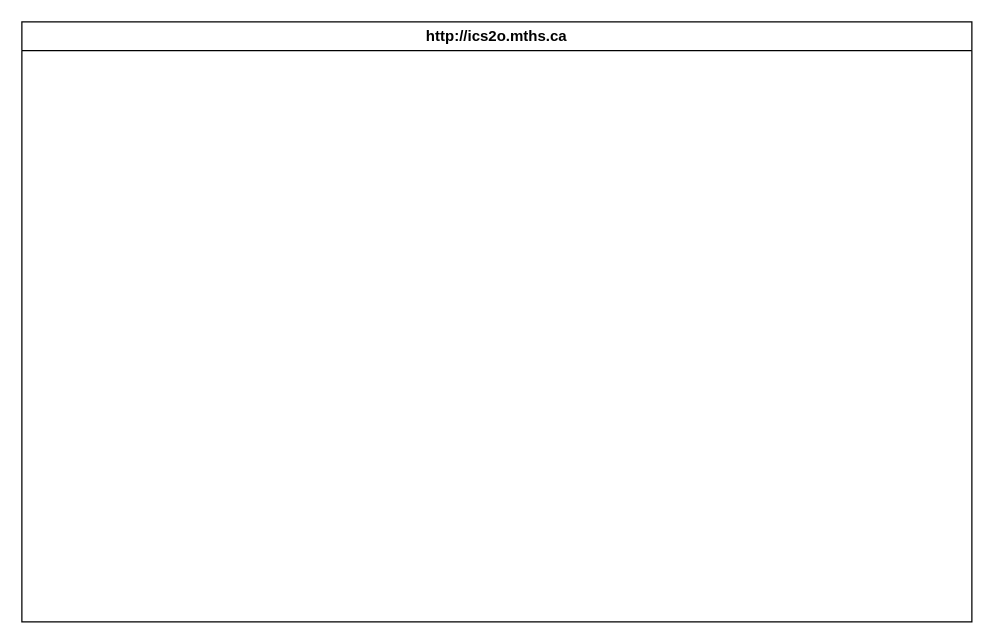
Before: design/storyboard.drawio in MTHS-ICD2O-1-2023/ICD2O-Unit-5-03-Adam-Batiuk, a draw.io diagram. Source tidied: cells renumbered, new cells numbered last; positions are measured from the earlier drawing's top-left corner, leaving out a move shared by most shapes. Both pictures are drawn from the tidied source at 125%, with x=0, y=0 at pixel (21, 21).
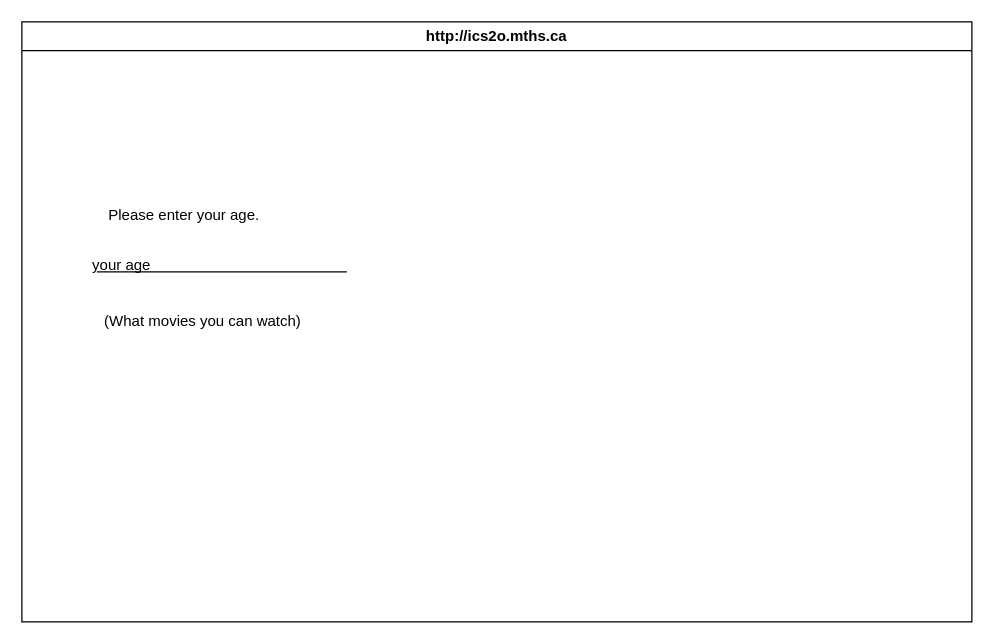
The same diagram, later.

Diff of the diagram source:
```diff
@@
 <mxGraphModel>
   <root>
     <mxCell id="0" />
     <mxCell id="1" parent="0" />
     <mxCell id="2" value="http://ics2o.mths.ca" style="swimlane;whiteSpace=wrap;html=1;" parent="1" vertex="1">
       <mxGeometry width="760" height="480" as="geometry" />
     </mxCell>
+    <mxCell id="3" value="Please enter your age." style="text;html=1;strokeColor=none;fillColor=none;align=center;verticalAlign=middle;whiteSpace=wrap;rounded=0;" parent="2" vertex="1">
+      <mxGeometry x="30" y="140" width="200" height="30" as="geometry" />
+    </mxCell>
+    <mxCell id="4" style="endArrow=none;html=1;" parent="2" edge="1">
+      <mxGeometry relative="1" as="geometry">
+        <mxPoint x="60" y="200" as="sourcePoint" />
+        <mxPoint x="260" y="200" as="targetPoint" />
+      </mxGeometry>
+    </mxCell>
+    <mxCell id="5" value="(What movies you can watch)" style="text;html=1;strokeColor=none;fillColor=none;align=center;verticalAlign=middle;whiteSpace=wrap;rounded=0;" parent="2" vertex="1">
+      <mxGeometry x="60" y="225" width="170" height="30" as="geometry" />
+    </mxCell>
+    <mxCell id="6" value="your age" style="text;html=1;strokeColor=none;fillColor=none;align=center;verticalAlign=middle;whiteSpace=wrap;rounded=0;" parent="2" vertex="1">
+      <mxGeometry x="50" y="180" width="60" height="30" as="geometry" />
+    </mxCell>
   </root>
 </mxGraphModel>
```
